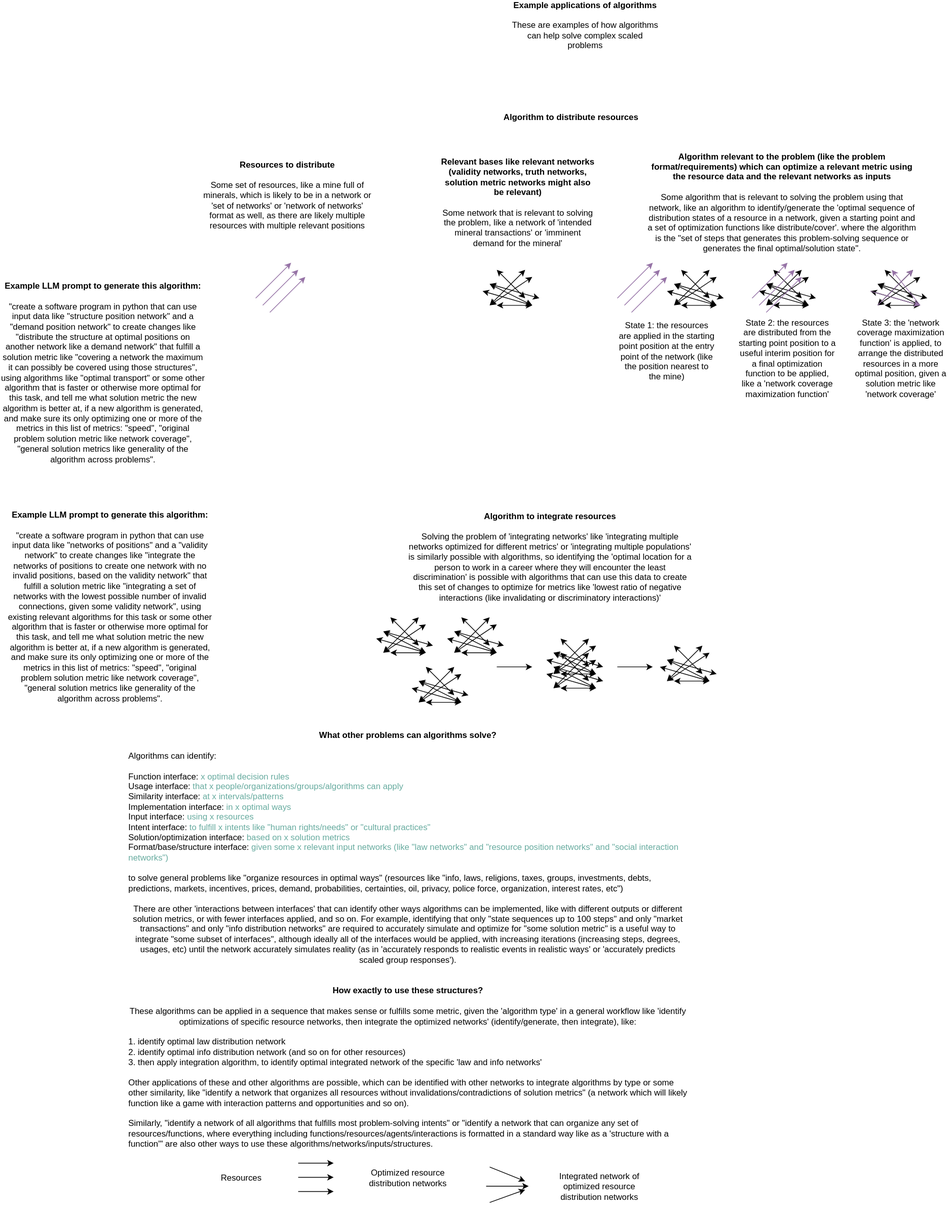
This is docs/objects/economic_algorithm_examples.drawio.svg from outdreamer/build-a-cure, a draw.io export, as it was before one commit. Source tidied: cells renumbered, new cells last; positions are measured from the earlier drawing's top-left corner, leaving out a move shared by most shapes.
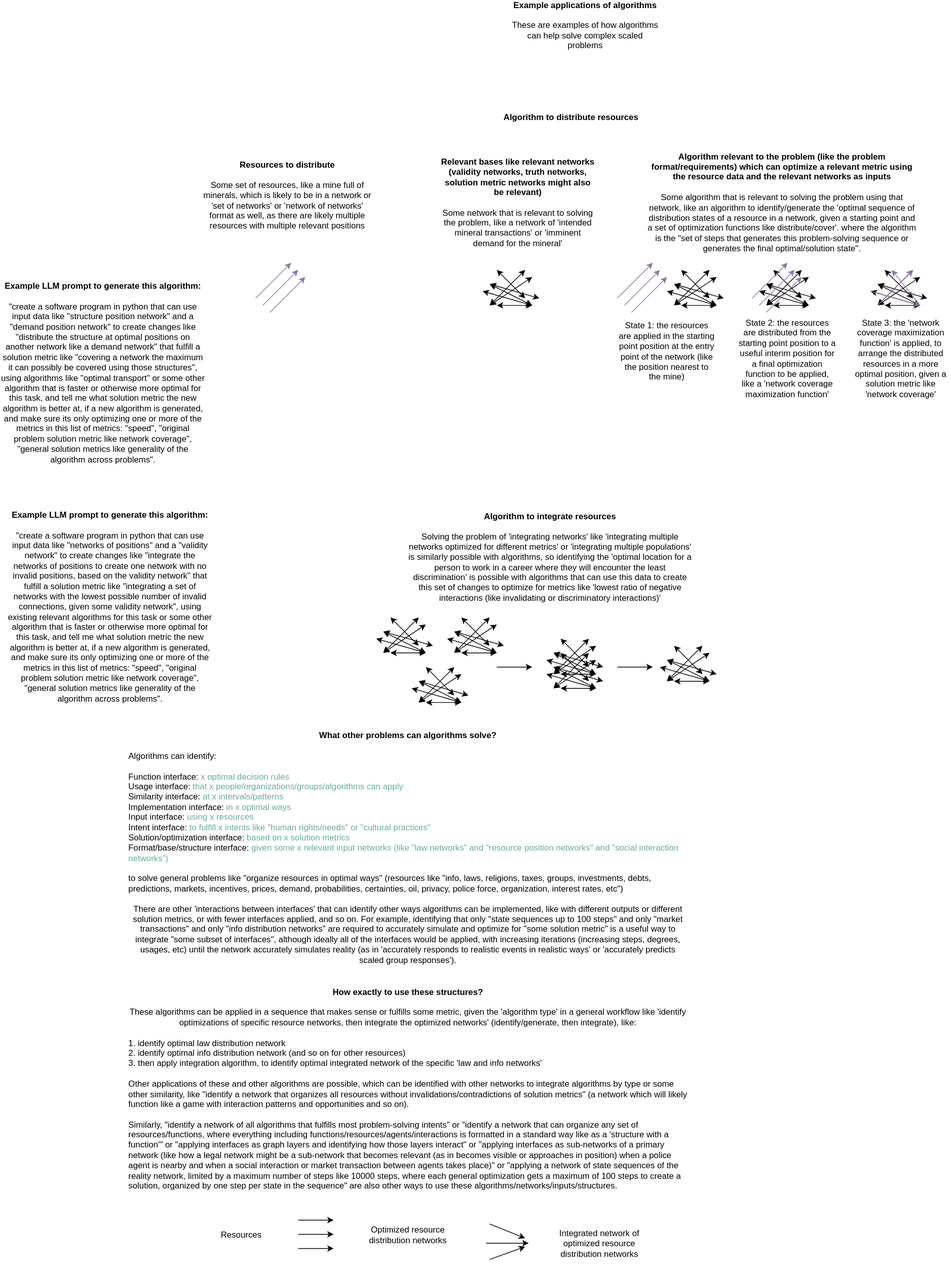
Later version of the same file.

The edit, as a diff of the source:
```diff
@@ -542,53 +542,53 @@
     <mxCell id="97" value="&lt;b&gt;What other problems can algorithms solve?&lt;/b&gt;&lt;br&gt;&lt;br&gt;&lt;div style=&quot;text-align: left&quot;&gt;&lt;span&gt;Algorithms can identify:&lt;/span&gt;&lt;/div&gt;&lt;div style=&quot;text-align: left&quot;&gt;&lt;span&gt;&lt;br&gt;&lt;/span&gt;&lt;/div&gt;&lt;div style=&quot;text-align: left&quot;&gt;Function interface: &lt;font color=&quot;#67ab9f&quot;&gt;x optimal decision rules&lt;/font&gt;&lt;/div&gt;&lt;div style=&quot;text-align: left&quot;&gt;Usage interface: &lt;font color=&quot;#67ab9f&quot;&gt;that x people/organizations/groups/algorithms can apply&lt;/font&gt;&lt;/div&gt;&lt;div style=&quot;text-align: left&quot;&gt;Similarity interface: &lt;font color=&quot;#67ab9f&quot;&gt;at x intervals/patterns&lt;/font&gt;&lt;/div&gt;&lt;div style=&quot;text-align: left&quot;&gt;Implementation interface: &lt;font color=&quot;#67ab9f&quot;&gt;in x optimal ways&lt;/font&gt;&lt;/div&gt;&lt;div style=&quot;text-align: left&quot;&gt;Input interface: &lt;font color=&quot;#67ab9f&quot;&gt;using x resources&lt;/font&gt;&lt;/div&gt;&lt;div style=&quot;text-align: left&quot;&gt;Intent interface:&lt;font color=&quot;#67ab9f&quot;&gt; to fulfill x intents like &quot;human rights/needs&quot; or &quot;cultural practices&quot;&lt;/font&gt;&lt;/div&gt;&lt;div style=&quot;text-align: left&quot;&gt;Solution/optimization interface: &lt;font color=&quot;#67ab9f&quot;&gt;based on x solution metrics&lt;/font&gt;&lt;/div&gt;&lt;div style=&quot;text-align: left&quot;&gt;Format/base/structure interface: &lt;font color=&quot;#67ab9f&quot;&gt;given some x relevant input networks (like &quot;law networks&quot; and &quot;resource position networks&quot; and &quot;social interaction networks&quot;)&lt;/font&gt;&lt;/div&gt;&lt;div style=&quot;text-align: left&quot;&gt;&lt;span&gt;&lt;br&gt;&lt;/span&gt;&lt;/div&gt;&lt;div style=&quot;text-align: left&quot;&gt;&lt;span&gt;to solve general problems like &quot;organize resources&amp;nbsp;&lt;/span&gt;&lt;span&gt;in optimal ways&quot;&amp;nbsp;&lt;/span&gt;&lt;span&gt;(resources like &quot;info, laws, religions, taxes, groups, investments, debts, predictions, markets, incentives, prices, demand, probabilities, certainties, oil, privacy, police force, organization, interest rates, etc&quot;)&lt;/span&gt;&lt;/div&gt;&lt;span style=&quot;text-align: left&quot;&gt;&lt;br&gt;There are other 'interactions between interfaces' that can identify other ways algorithms can be implemented, like with different outputs or different solution metrics, or with fewer interfaces applied, and so on. For example, identifying that only &quot;state sequences up to 100 steps&quot; and only &quot;market transactions&quot; and only &quot;info distribution networks&quot; are required to accurately simulate and optimize for &quot;some solution metric&quot; is a useful way to integrate &quot;some subset of interfaces&quot;, although ideally all of the interfaces would be applied, with increasing iterations (increasing steps, degrees, usages, etc) until the network accurately simulates reality (as in 'accurately responds to realistic events in realistic ways' or 'accurately predicts scaled group responses').&lt;br&gt;&lt;/span&gt;" style="text;html=1;strokeColor=none;fillColor=none;align=center;verticalAlign=middle;whiteSpace=wrap;rounded=0;" parent="1" vertex="1">
       <mxGeometry x="180" y="1160" width="790" height="30" as="geometry" />
     </mxCell>
-    <mxCell id="98" value="&lt;b&gt;How exactly to use these structures?&lt;/b&gt;&lt;br&gt;&lt;div style=&quot;text-align: left&quot;&gt;&lt;/div&gt;&lt;span&gt;&lt;br&gt;These algorithms can be applied in a sequence that makes sense or fulfills some metric, given the 'algorithm type' in a general workflow like 'identify optimizations of specific resource networks, then integrate the optimized networks' (identify/generate, then integrate), like:&lt;br&gt;&lt;br&gt;&lt;div style=&quot;text-align: left&quot;&gt;&lt;span&gt;1. identify optimal law distribution network&lt;/span&gt;&lt;/div&gt;&lt;div style=&quot;text-align: left&quot;&gt;&lt;span&gt;2. identify optimal info distribution network (and so on for other resources)&lt;/span&gt;&lt;/div&gt;&lt;div style=&quot;text-align: left&quot;&gt;&lt;span&gt;3. then apply integration algorithm, to identify optimal integrated network of the specific 'law and info networks'&lt;/span&gt;&lt;/div&gt;&lt;div style=&quot;text-align: left&quot;&gt;&lt;span&gt;&lt;br&gt;&lt;/span&gt;&lt;/div&gt;&lt;div style=&quot;text-align: left&quot;&gt;&lt;span&gt;Other applications of these and other algorithms are possible, which can be identified with other networks to integrate algorithms by type or some other similarity, like &quot;identify a network that organizes all resources without invalidations/contradictions of solution metrics&quot; (a network which will likely function like a game with interaction patterns and opportunities and so on).&amp;nbsp;&lt;/span&gt;&lt;/div&gt;&lt;div style=&quot;text-align: left&quot;&gt;&lt;span&gt;&lt;br&gt;&lt;/span&gt;&lt;/div&gt;&lt;div style=&quot;text-align: left&quot;&gt;&lt;span&gt;Similarly, &quot;identify a network of all algorithms that fulfills most problem-solving intents&quot; or &quot;identify a network that can organize any set of resources/functions, where everything including functions/resources/agents/interactions is formatted in a standard way like as a 'structure with a function'&quot; are also other ways to use these algorithms/networks/inputs/structures.&lt;/span&gt;&lt;/div&gt;&lt;/span&gt;" style="text;html=1;strokeColor=none;fillColor=none;align=center;verticalAlign=middle;whiteSpace=wrap;rounded=0;" parent="1" vertex="1">
-      <mxGeometry x="180" y="1410" width="790" height="150" as="geometry" />
+    <mxCell id="98" value="&lt;b&gt;How exactly to use these structures?&lt;/b&gt;&lt;br&gt;&lt;div style=&quot;text-align: left&quot;&gt;&lt;/div&gt;&lt;span&gt;&lt;br&gt;These algorithms can be applied in a sequence that makes sense or fulfills some metric, given the 'algorithm type' in a general workflow like 'identify optimizations of specific resource networks, then integrate the optimized networks' (identify/generate, then integrate), like:&lt;br&gt;&lt;br&gt;&lt;div style=&quot;text-align: left&quot;&gt;&lt;span&gt;1. identify optimal law distribution network&lt;/span&gt;&lt;/div&gt;&lt;div style=&quot;text-align: left&quot;&gt;&lt;span&gt;2. identify optimal info distribution network (and so on for other resources)&lt;/span&gt;&lt;/div&gt;&lt;div style=&quot;text-align: left&quot;&gt;&lt;span&gt;3. then apply integration algorithm, to identify optimal integrated network of the specific 'law and info networks'&lt;/span&gt;&lt;/div&gt;&lt;div style=&quot;text-align: left&quot;&gt;&lt;span&gt;&lt;br&gt;&lt;/span&gt;&lt;/div&gt;&lt;div style=&quot;text-align: left&quot;&gt;&lt;span&gt;Other applications of these and other algorithms are possible, which can be identified with other networks to integrate algorithms by type or some other similarity, like &quot;identify a network that organizes all resources without invalidations/contradictions of solution metrics&quot; (a network which will likely function like a game with interaction patterns and opportunities and so on).&amp;nbsp;&lt;/span&gt;&lt;/div&gt;&lt;div style=&quot;text-align: left&quot;&gt;&lt;span&gt;&lt;br&gt;&lt;/span&gt;&lt;/div&gt;&lt;div style=&quot;text-align: left&quot;&gt;&lt;span&gt;Similarly, &quot;identify a network of all algorithms that fulfills most problem-solving intents&quot; or &quot;identify a network that can organize any set of resources/functions, where everything including functions/resources/agents/interactions is formatted in a standard way like as a 'structure with a function'&quot; or &quot;applying interfaces as graph layers and identifying how those layers interact&quot; or &quot;applying interfaces as sub-networks of a primary network (like how a legal network might be a sub-network that becomes relevant (as in becomes visible or approaches in position) when a police agent is nearby and when a social interaction or market transaction between agents takes place)&quot; or &quot;applying a network of state sequences of the reality network, limited by a maximum number of steps like 10000 steps, where each general optimization gets a maximum of 100 steps to create a solution, organized by one step per state in the sequence&quot; are also other ways to use these algorithms/networks/inputs/structures.&lt;/span&gt;&lt;/div&gt;&lt;/span&gt;" style="text;html=1;strokeColor=none;fillColor=none;align=center;verticalAlign=middle;whiteSpace=wrap;rounded=0;" parent="1" vertex="1">
+      <mxGeometry x="180" y="1440" width="790" height="150" as="geometry" />
     </mxCell>
     <mxCell id="99" style="endArrow=classic;html=1;rounded=0;" parent="1" edge="1">
       <mxGeometry relative="1" as="geometry">
-        <mxPoint x="420" y="1620" as="sourcePoint" />
-        <mxPoint x="470" y="1620" as="targetPoint" />
+        <mxPoint x="420" y="1700" as="sourcePoint" />
+        <mxPoint x="470" y="1700" as="targetPoint" />
       </mxGeometry>
     </mxCell>
     <mxCell id="100" style="endArrow=classic;html=1;rounded=0;" parent="1" edge="1">
       <mxGeometry relative="1" as="geometry">
-        <mxPoint x="420" y="1660" as="sourcePoint" />
-        <mxPoint x="470" y="1660" as="targetPoint" />
+        <mxPoint x="420" y="1740" as="sourcePoint" />
+        <mxPoint x="470" y="1740" as="targetPoint" />
       </mxGeometry>
     </mxCell>
     <mxCell id="101" style="endArrow=classic;html=1;rounded=0;" parent="1" edge="1">
       <mxGeometry relative="1" as="geometry">
-        <mxPoint x="420" y="1640" as="sourcePoint" />
-        <mxPoint x="470" y="1640" as="targetPoint" />
+        <mxPoint x="420" y="1720" as="sourcePoint" />
+        <mxPoint x="470" y="1720" as="targetPoint" />
       </mxGeometry>
     </mxCell>
     <mxCell id="102" value="Resources" style="text;html=1;strokeColor=none;fillColor=none;align=center;verticalAlign=middle;whiteSpace=wrap;rounded=0;" parent="1" vertex="1">
-      <mxGeometry x="310" y="1625.5" width="60" height="30" as="geometry" />
+      <mxGeometry x="310" y="1705.5" width="60" height="30" as="geometry" />
     </mxCell>
     <mxCell id="103" value="Optimized resource distribution networks" style="text;html=1;strokeColor=none;fillColor=none;align=center;verticalAlign=middle;whiteSpace=wrap;rounded=0;" parent="1" vertex="1">
-      <mxGeometry x="510" y="1625.5" width="130" height="30" as="geometry" />
+      <mxGeometry x="510" y="1705.5" width="130" height="30" as="geometry" />
     </mxCell>
     <mxCell id="104" style="endArrow=classic;html=1;rounded=0;" parent="1" edge="1">
       <mxGeometry relative="1" as="geometry">
-        <mxPoint x="690" y="1625.5" as="sourcePoint" />
-        <mxPoint x="740" y="1645.5" as="targetPoint" />
+        <mxPoint x="690" y="1705.5" as="sourcePoint" />
+        <mxPoint x="740" y="1725.5" as="targetPoint" />
       </mxGeometry>
     </mxCell>
     <mxCell id="105" style="endArrow=classic;html=1;rounded=0;" parent="1" edge="1">
       <mxGeometry relative="1" as="geometry">
-        <mxPoint x="685" y="1652.5" as="sourcePoint" />
-        <mxPoint x="745" y="1652.5" as="targetPoint" />
+        <mxPoint x="685" y="1732.5" as="sourcePoint" />
+        <mxPoint x="745" y="1732.5" as="targetPoint" />
       </mxGeometry>
     </mxCell>
     <mxCell id="106" style="endArrow=classic;html=1;rounded=0;" parent="1" edge="1">
       <mxGeometry relative="1" as="geometry">
-        <mxPoint x="690" y="1675.5" as="sourcePoint" />
-        <mxPoint x="740" y="1657.5" as="targetPoint" />
+        <mxPoint x="690" y="1755.5" as="sourcePoint" />
+        <mxPoint x="740" y="1737.5" as="targetPoint" />
       </mxGeometry>
     </mxCell>
     <mxCell id="107" value="Integrated network of optimized resource distribution networks" style="text;html=1;strokeColor=none;fillColor=none;align=center;verticalAlign=middle;whiteSpace=wrap;rounded=0;" parent="1" vertex="1">
-      <mxGeometry x="770" y="1637.5" width="150" height="30" as="geometry" />
+      <mxGeometry x="770" y="1717.5" width="150" height="30" as="geometry" />
     </mxCell>
   </root>
 </mxGraphModel>
```
